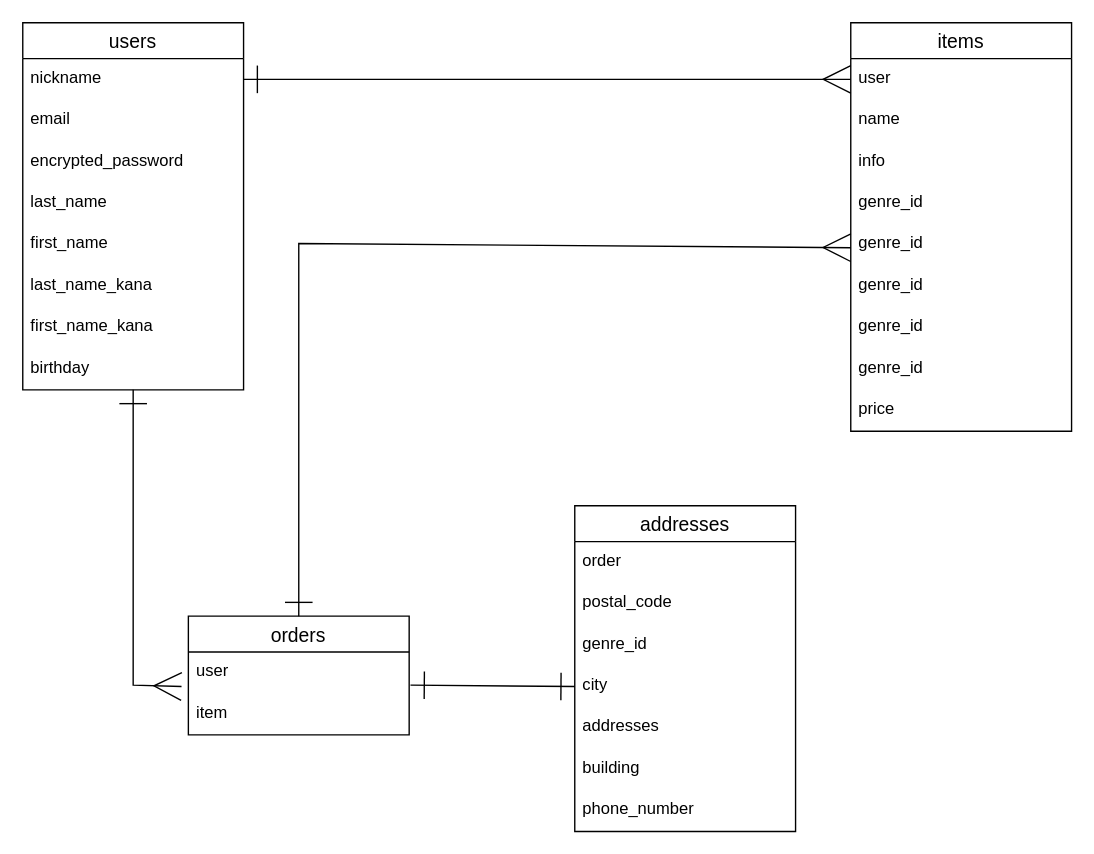
Earlier version of the draw.io diagram furima-39824_ER.dio (DaiC-S/furima-39824). Source tidied: cells renumbered, new cells numbered last; positions are measured from the earlier drawing's top-left corner, leaving out a move shared by most shapes. Both pictures are drawn from the tidied source at 138%, with x=0, y=0 at pixel (22, 22).
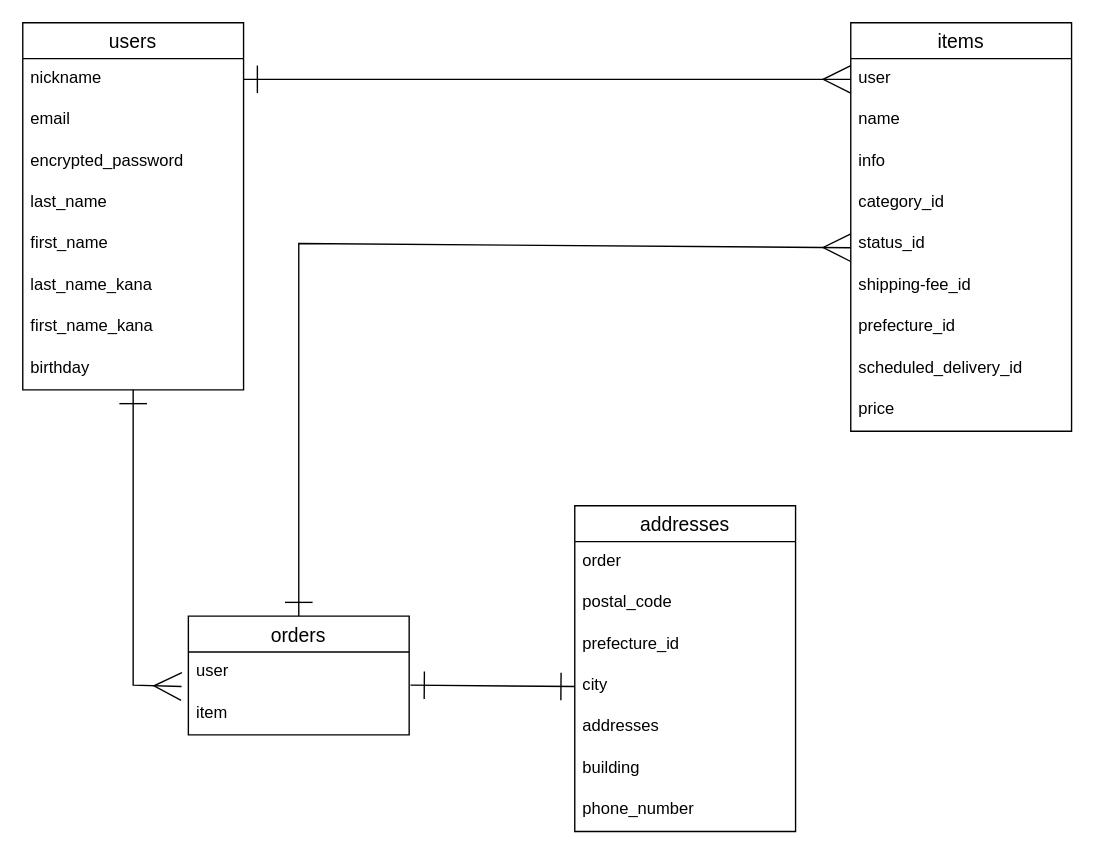
The same diagram, later.

Commit message (it also covers changes not shown here):
DB設計やり直し4回目｜activehashを意識したカラム名への変更

The change refers to these unchanged cells:
```xml
<mxCell id="11" value="items" style="swimlane;fontStyle=0;horizontal=1;startSize=26;align=center;fontSize=14;" parent="1" vertex="1">
  <mxGeometry x="600" width="160" height="296" as="geometry" />
</mxCell>
<mxCell id="26" value="addresses" style="swimlane;fontStyle=0;horizontal=1;startSize=26;align=center;fontSize=14;" parent="1" vertex="1">
  <mxGeometry x="400" y="350" width="160" height="236" as="geometry" />
</mxCell>
```

The edit, as a diff of the source:
```diff
@@
-    <mxCell id="15" value="genre_id" style="text;strokeColor=none;fillColor=none;spacingLeft=4;spacingRight=4;overflow=hidden;fontSize=12;" parent="11" vertex="1">
+    <mxCell id="15" value="category_id" style="text;strokeColor=none;fillColor=none;spacingLeft=4;spacingRight=4;overflow=hidden;fontSize=12;" parent="11" vertex="1">
       <mxGeometry y="116" width="160" height="30" as="geometry" />
     </mxCell>
-    <mxCell id="16" value="genre_id" style="text;strokeColor=none;fillColor=none;spacingLeft=4;spacingRight=4;overflow=hidden;fontSize=12;" parent="11" vertex="1">
+    <mxCell id="16" value="status_id" style="text;strokeColor=none;fillColor=none;spacingLeft=4;spacingRight=4;overflow=hidden;fontSize=12;" parent="11" vertex="1">
       <mxGeometry y="146" width="160" height="30" as="geometry" />
     </mxCell>
-    <mxCell id="17" value="genre_id" style="text;strokeColor=none;fillColor=none;spacingLeft=4;spacingRight=4;overflow=hidden;fontSize=12;" parent="11" vertex="1">
+    <mxCell id="17" value="shipping-fee_id" style="text;strokeColor=none;fillColor=none;spacingLeft=4;spacingRight=4;overflow=hidden;fontSize=12;" parent="11" vertex="1">
       <mxGeometry y="176" width="160" height="30" as="geometry" />
     </mxCell>
-    <mxCell id="18" value="genre_id" style="text;strokeColor=none;fillColor=none;spacingLeft=4;spacingRight=4;overflow=hidden;fontSize=12;" parent="11" vertex="1">
+    <mxCell id="18" value="prefecture_id" style="text;strokeColor=none;fillColor=none;spacingLeft=4;spacingRight=4;overflow=hidden;fontSize=12;" parent="11" vertex="1">
       <mxGeometry y="206" width="160" height="30" as="geometry" />
     </mxCell>
-    <mxCell id="19" value="genre_id" style="text;strokeColor=none;fillColor=none;spacingLeft=4;spacingRight=4;overflow=hidden;fontSize=12;" parent="11" vertex="1">
+    <mxCell id="19" value="scheduled_delivery_id" style="text;strokeColor=none;fillColor=none;spacingLeft=4;spacingRight=4;overflow=hidden;fontSize=12;" parent="11" vertex="1">
       <mxGeometry y="236" width="160" height="30" as="geometry" />
     </mxCell>
@@
-    <mxCell id="29" value="genre_id" style="text;strokeColor=none;fillColor=none;spacingLeft=4;spacingRight=4;overflow=hidden;fontSize=12;" parent="26" vertex="1">
+    <mxCell id="29" value="prefecture_id" style="text;strokeColor=none;fillColor=none;spacingLeft=4;spacingRight=4;overflow=hidden;fontSize=12;" parent="26" vertex="1">
       <mxGeometry y="86" width="160" height="30" as="geometry" />
     </mxCell>
```
